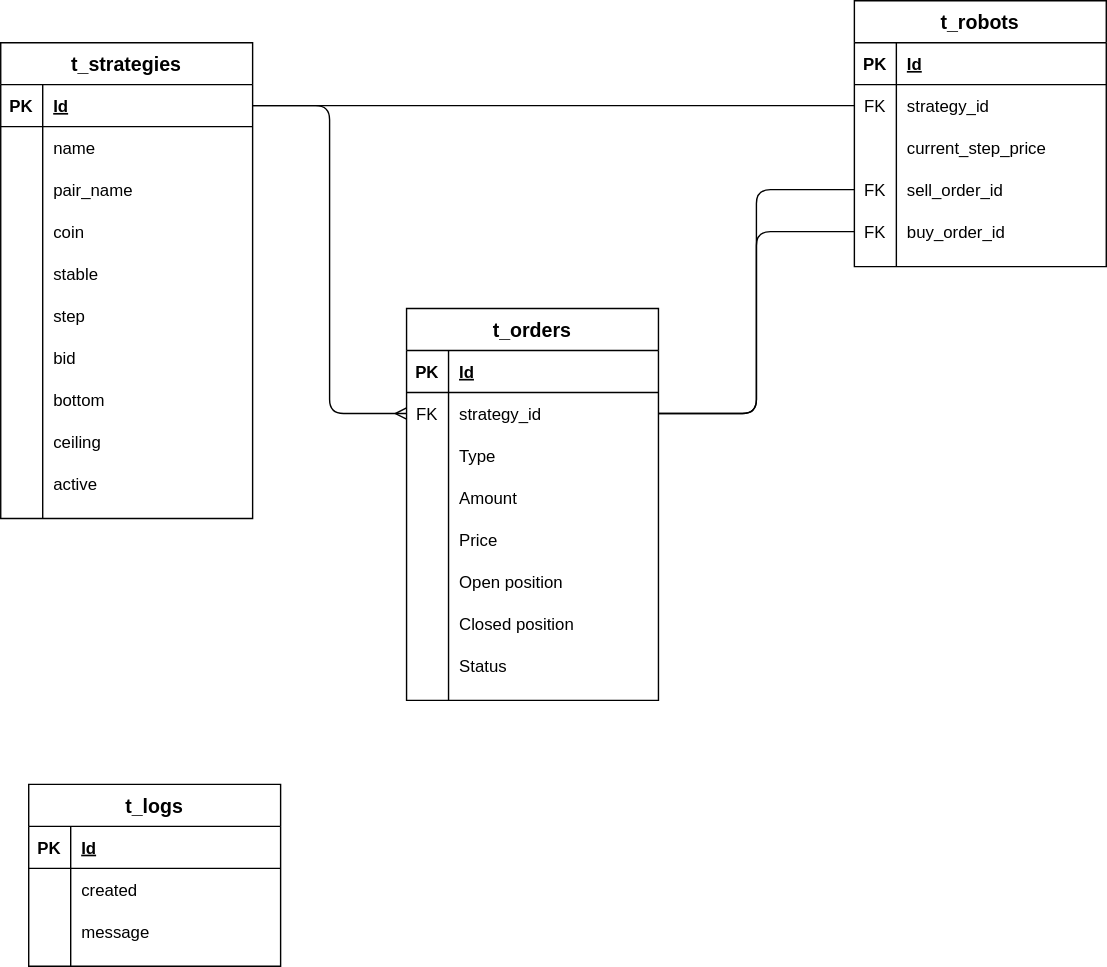
Above: docs/db_schema.svg in ArkadyBuryakov/Volatobot (draw.io), before the change. Source tidied: cells renumbered, new cells last; positions are measured from the earlier drawing's top-left corner, leaving out a move shared by most shapes.
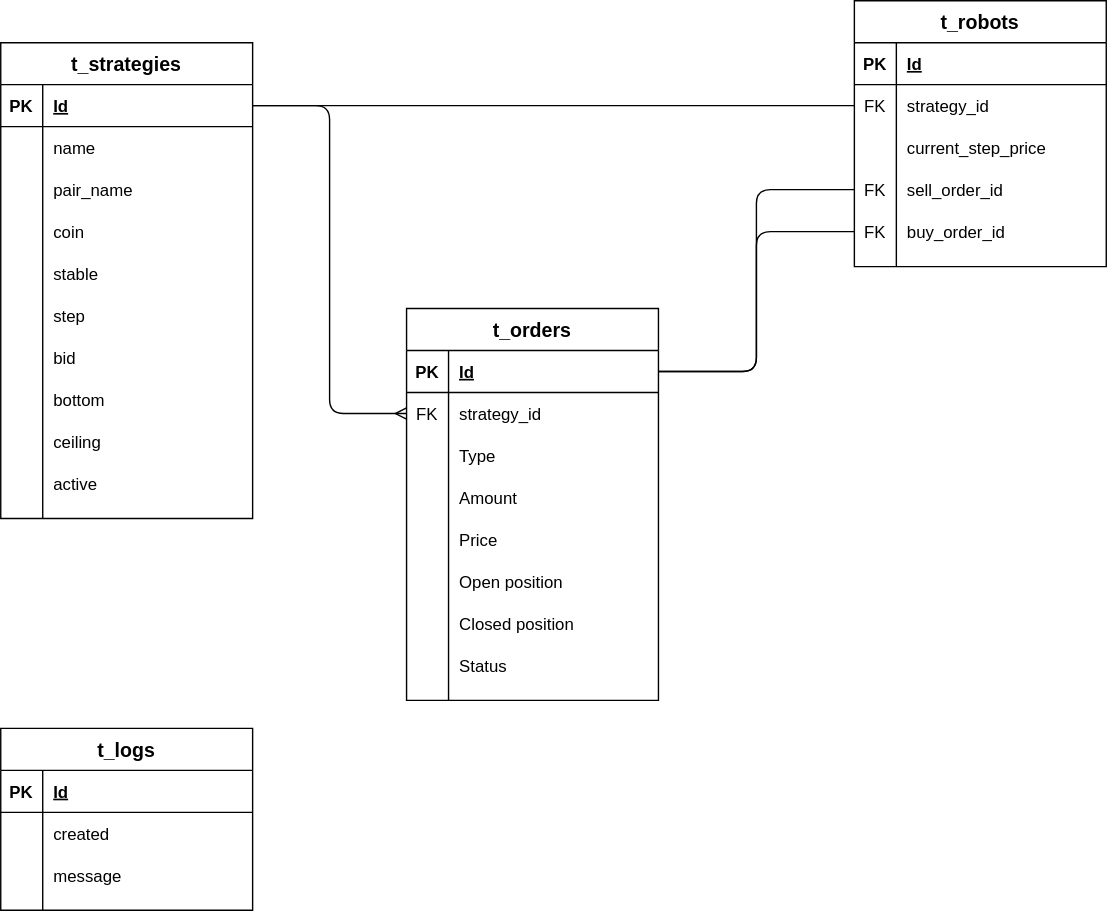
Later version of the same file.

Diff of the diagram source:
```diff
@@ -8,10 +8,10 @@
     <mxCell id="3" style="edgeStyle=orthogonalEdgeStyle;rounded=1;jettySize=auto;html=1;exitX=1;exitY=0.5;exitDx=0;exitDy=0;entryX=0;entryY=0.5;entryDx=0;entryDy=0;endArrow=none;endFill=0;" parent="1" edge="1" source="48" target="35">
       <mxGeometry relative="1" as="geometry" />
     </mxCell>
-    <mxCell id="4" style="edgeStyle=orthogonalEdgeStyle;rounded=1;jettySize=auto;html=1;exitX=0;exitY=0.5;exitDx=0;exitDy=0;entryX=1;entryY=0.5;entryDx=0;entryDy=0;endArrow=none;endFill=0;" parent="1" edge="1" source="41" target="10">
+    <mxCell id="4" style="edgeStyle=orthogonalEdgeStyle;rounded=1;jettySize=auto;html=1;exitX=0;exitY=0.5;exitDx=0;exitDy=0;entryX=1;entryY=0.5;entryDx=0;entryDy=0;endArrow=none;endFill=0;" parent="1" edge="1" source="41" target="7">
       <mxGeometry relative="1" as="geometry" />
     </mxCell>
-    <mxCell id="5" style="edgeStyle=orthogonalEdgeStyle;rounded=1;jettySize=auto;html=1;exitX=0;exitY=0.5;exitDx=0;exitDy=0;entryX=1;entryY=0.5;entryDx=0;entryDy=0;endArrow=none;endFill=0;" parent="1" edge="1" source="44" target="10">
+    <mxCell id="5" style="edgeStyle=orthogonalEdgeStyle;rounded=1;jettySize=auto;html=1;exitX=0;exitY=0.5;exitDx=0;exitDy=0;entryX=1;entryY=0.5;entryDx=0;entryDy=0;endArrow=none;endFill=0;" parent="1" edge="1" source="44" target="7">
       <mxGeometry relative="1" as="geometry" />
     </mxCell>
     <mxCell id="6" value="t_orders" style="shape=table;startSize=30;rowLines=0;fontStyle=1;align=center;fillColor=none;fontSize=14;" parent="1" vertex="1">
@@ -231,7 +231,7 @@
       <mxGeometry x="30" width="150" height="30" as="geometry" />
     </mxCell>
     <mxCell id="78" value="t_logs" style="shape=table;startSize=30;rowLines=0;fontStyle=1;align=center;fillColor=none;fontSize=14;noLabel=0;" parent="1" vertex="1">
-      <mxGeometry x="20" y="560" width="180" height="130" as="geometry" />
+      <mxGeometry y="520" width="180" height="130" as="geometry" />
     </mxCell>
     <mxCell id="79" style="shape=partialRectangle;fillColor=none;top=0;left=0;bottom=1;right=0;" parent="78" vertex="1">
       <mxGeometry y="30" width="180" height="30" as="geometry" />
```
